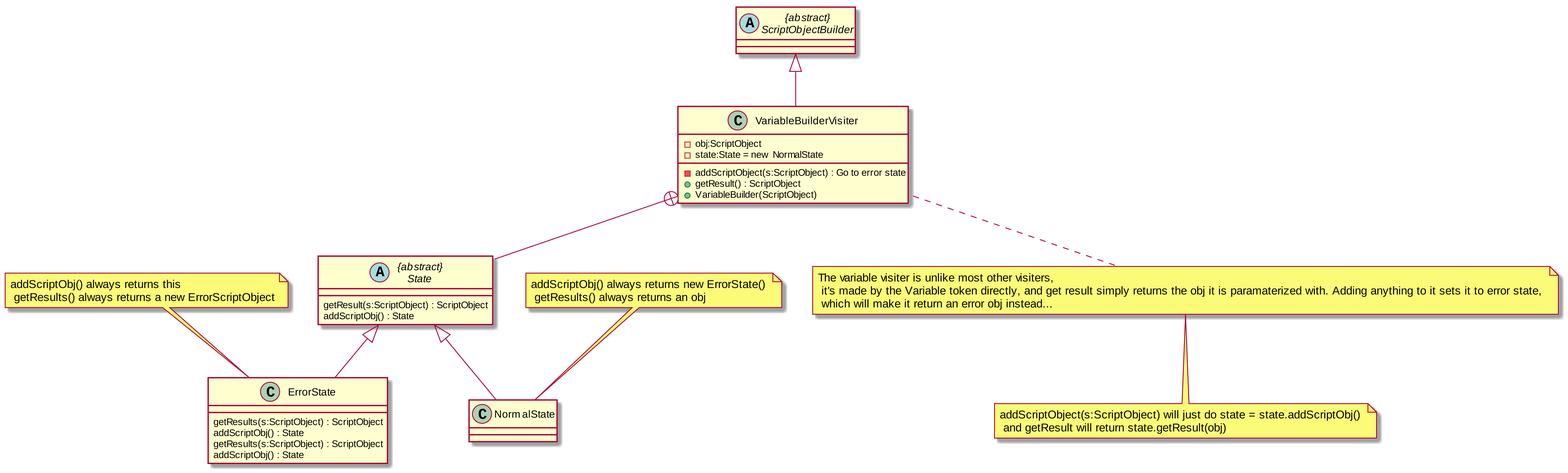
The PlantUML diagram Variablebuilder.png in MatthewBregg/DesignPatternsRepo, before a commit.
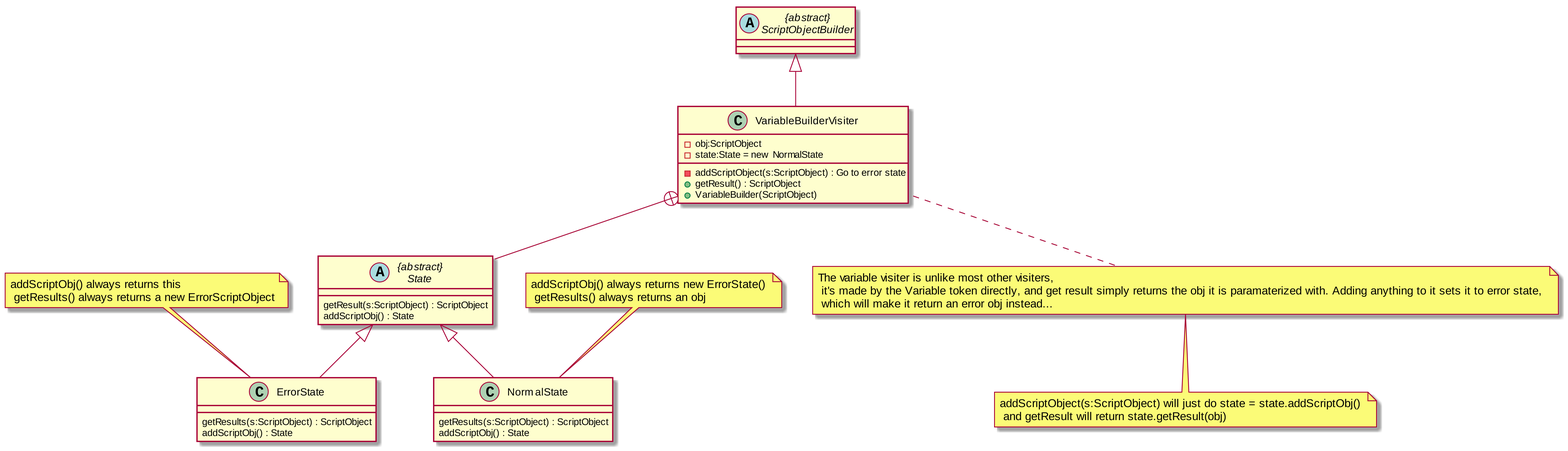
The same diagram one commit later.

Diff of the diagram source:
```diff
@@ -28,8 +28,8 @@
 note top : addScriptObj() always returns this \n getResults() always returns a new ErrorScriptObject
 
 class NormalState
-ErrorState : getResults(s:ScriptObject) : ScriptObject
-ErrorState : addScriptObj() : State
+NormalState : getResults(s:ScriptObject) : ScriptObject
+NormalState : addScriptObj() : State
 
 State <|-- ErrorState
 State <|-- NormalState
```
